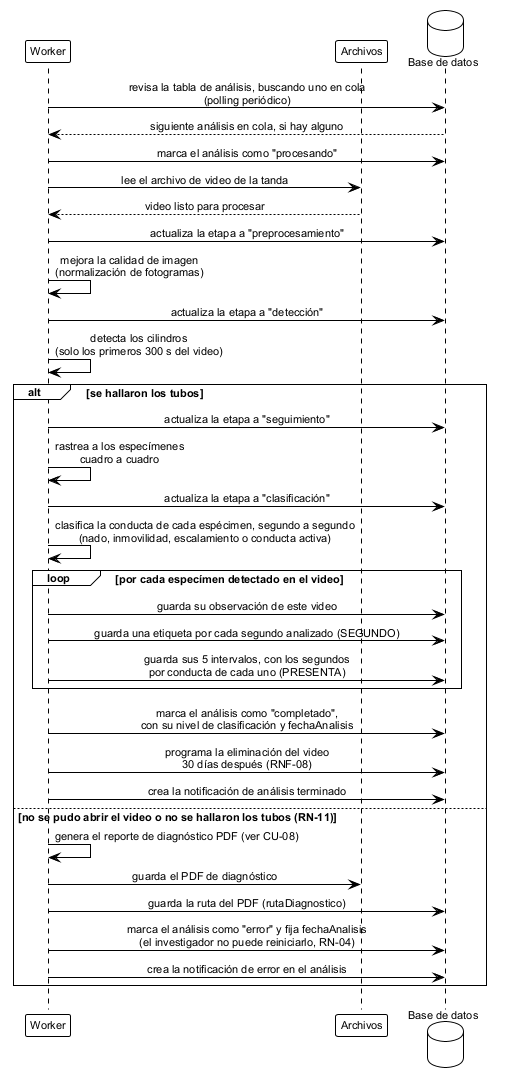
ErickJester/fst-ai-system-latex keeps this PlantUML diagram as figures/mermaid/seq_analisis_automatico.png. Above is the earlier version. Its diagram source:
```plantuml
@startuml seq_analisis_automatico

!theme plain
skinparam defaultFontName Arial
skinparam defaultFontSize 11
skinparam shadowing false
skinparam sequenceMessageAlign center
skinparam BoxPadding 10

participant Worker as w
participant "Archivos" as fs
database "Base de datos" as db

w -> db: revisa la tabla de análisis, buscando uno en cola\n(polling periódico)
db --> w: siguiente análisis en cola, si hay alguno
w -> db: marca el análisis como "procesando"

w -> fs: lee el archivo de video de la tanda
fs --> w: video listo para procesar

w -> db: actualiza la etapa a "preprocesamiento"
w -> w: mejora la calidad de imagen\n(normalización de fotogramas)

w -> db: actualiza la etapa a "detección"
w -> w: detecta los cilindros\n(solo los primeros 300 s del video)

alt se hallaron los tubos
  w -> db: actualiza la etapa a "seguimiento"
  w -> w: rastrea a los especímenes\ncuadro a cuadro

  w -> db: actualiza la etapa a "clasificación"
  w -> w: clasifica la conducta de cada espécimen, segundo a segundo\n(nado, inmovilidad, escalamiento o conducta activa)

  loop por cada especímen detectado en el video
    w -> db: guarda su observación de este video
    w -> db: guarda una etiqueta por cada segundo analizado (SEGUNDO)
    w -> db: guarda sus 5 intervalos, con los segundos\npor conducta de cada uno (PRESENTA)
  end

  w -> db: marca el análisis como "completado",\ncon su nivel de clasificación y fechaAnalisis
  w -> db: programa la eliminación del video\n30 días después (RNF-08)
  w -> db: crea la notificación de análisis terminado
else no se pudo abrir el video o no se hallaron los tubos (RN-11)
  w -> w: genera el reporte de diagnóstico PDF (ver CU-08)
  w -> fs: guarda el PDF de diagnóstico
  w -> db: guarda la ruta del PDF (rutaDiagnostico)
  w -> db: marca el análisis como "error" y fija fechaAnalisis\n(el investigador no puede reiniciarlo, RN-04)
  w -> db: crea la notificación de error en el análisis
end

@enduml
```
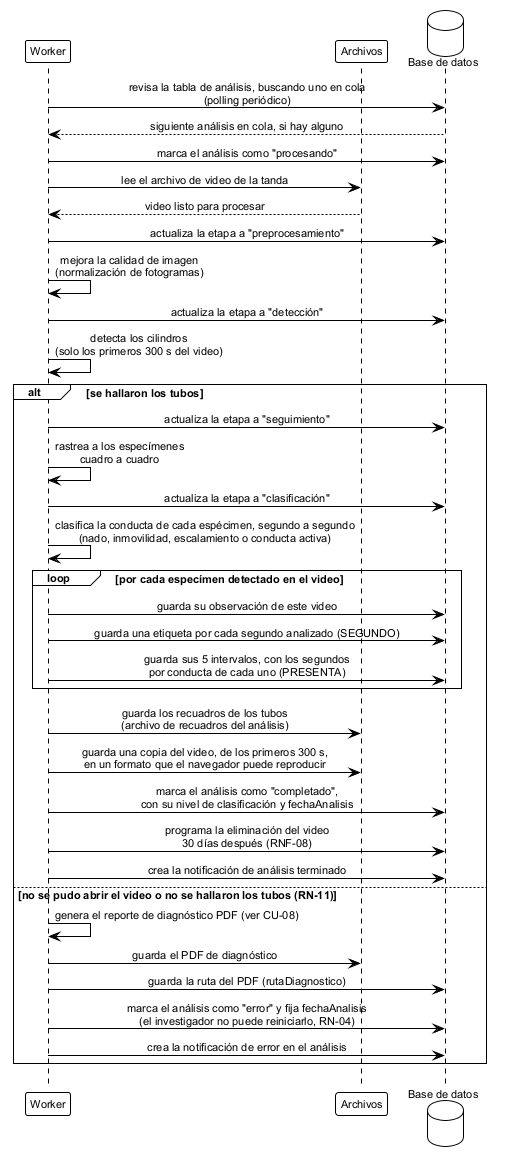
Above is the later version.

Commit message:
Cerrar los huecos del modelo D-37 a D-43 y rehacer los diagramas de login y analisis

What changed in the source:
```diff
@@ -37,6 +37,9 @@
     w -> db: guarda sus 5 intervalos, con los segundos\npor conducta de cada uno (PRESENTA)
   end
 
+  w -> fs: guarda los recuadros de los tubos\n(archivo de recuadros del análisis)
+  w -> fs: guarda una copia del video, de los primeros 300 s,\nen un formato que el navegador puede reproducir
+
   w -> db: marca el análisis como "completado",\ncon su nivel de clasificación y fechaAnalisis
   w -> db: programa la eliminación del video\n30 días después (RNF-08)
   w -> db: crea la notificación de análisis terminado
```
